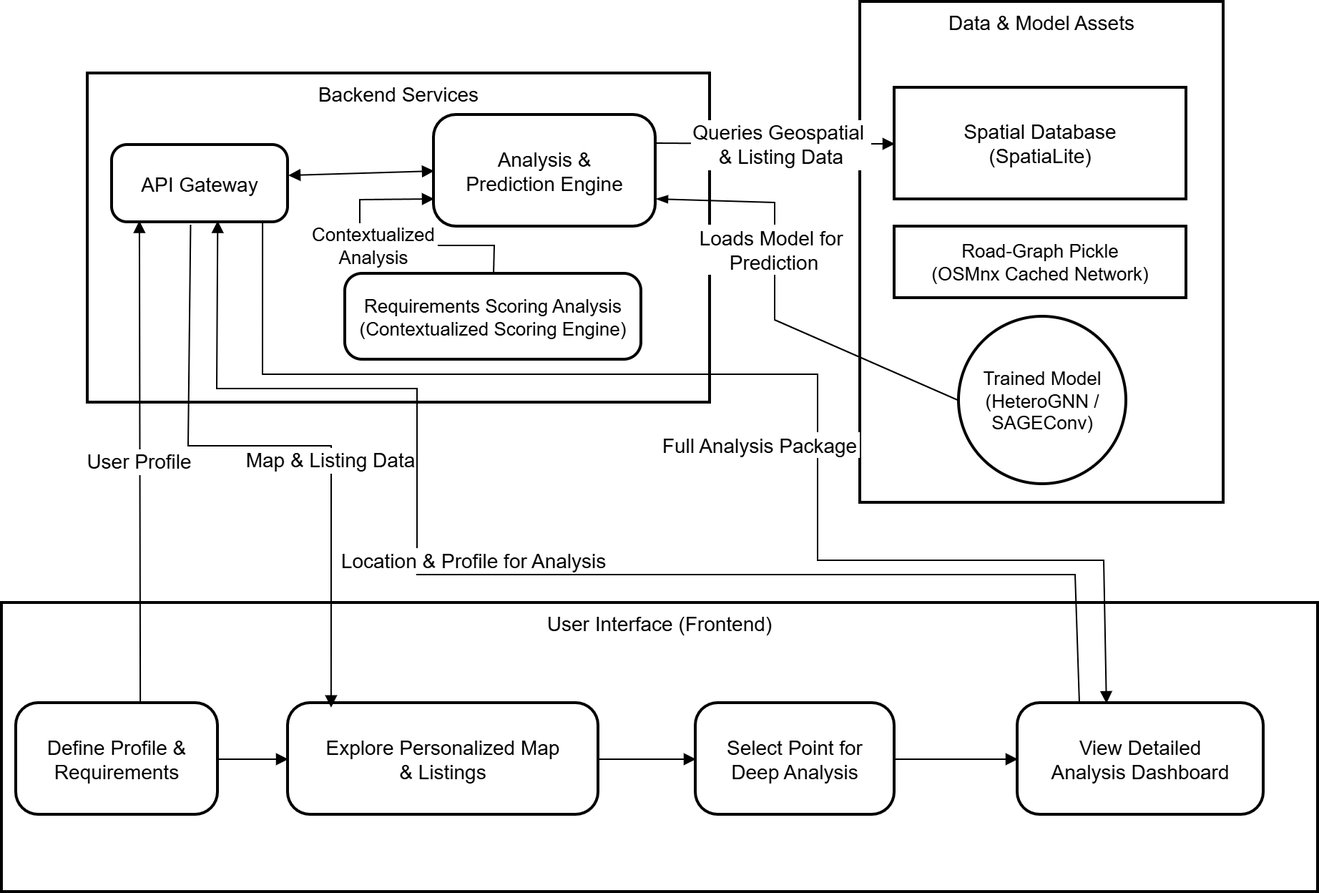
Before: img/BlockDiagram.png, a diagram exported from draw.io (Sujalcha7/SiteX_Doc). Source tidied: cells renumbered, new cells last; positions are measured from the earlier drawing's top-left corner, leaving out a move shared by most shapes.
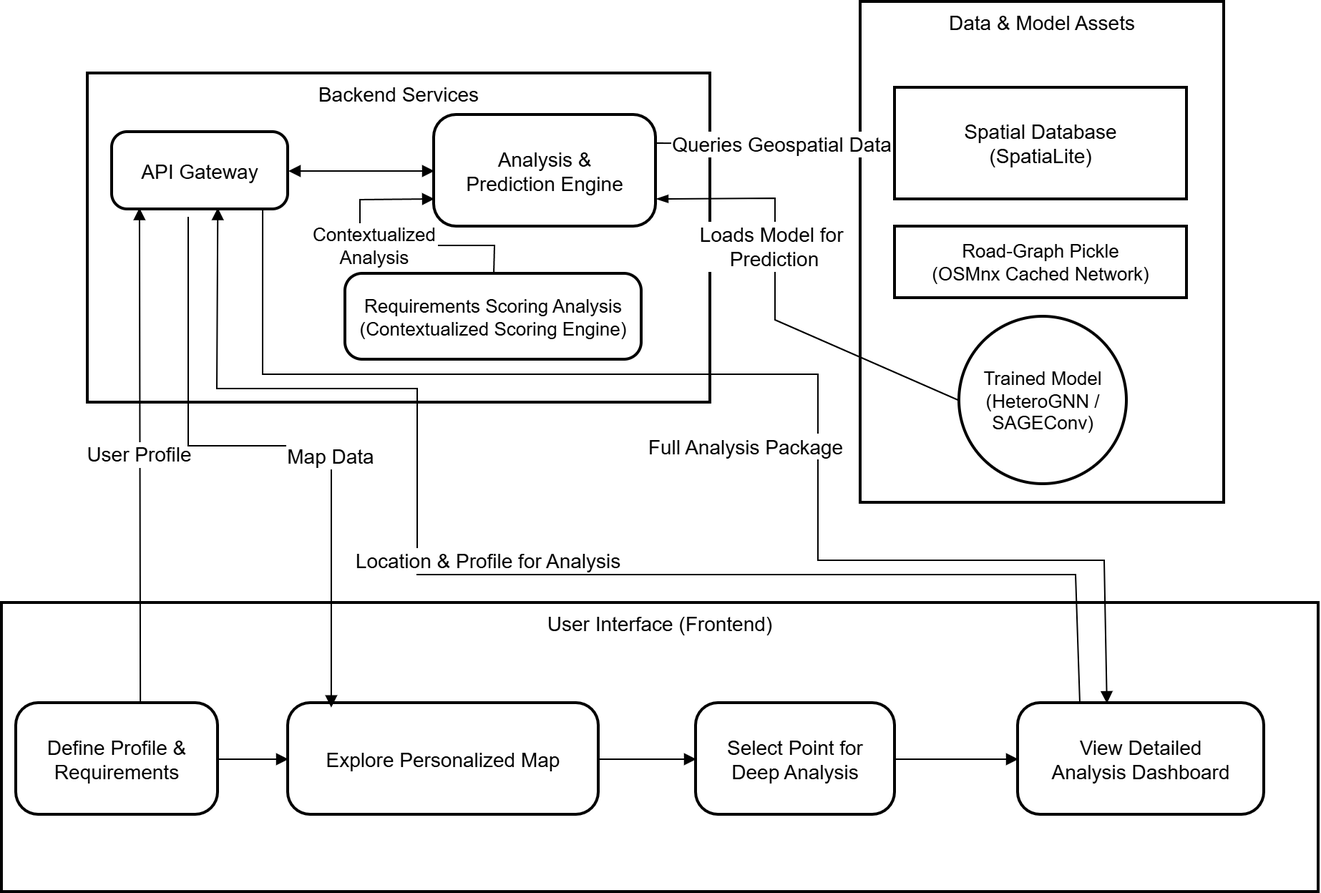
Above is the later version.

The edit, as a diff of the source:
```diff
@@ -11,7 +11,7 @@
     <mxCell id="4" value="User Interface (Frontend)" style="whiteSpace=wrap;strokeWidth=2;verticalAlign=top;fontSize=14;" parent="1" vertex="1">
       <mxGeometry y="420" width="920" height="202" as="geometry" />
     </mxCell>
-    <mxCell id="5" value="Explore Personalized Map&#10;&amp; Listings" style="rounded=1;arcSize=20;strokeWidth=2;fontSize=14;" parent="1" vertex="1">
+    <mxCell id="5" value="Explore Personalized Map" style="rounded=1;arcSize=20;strokeWidth=2;fontSize=14;" parent="1" vertex="1">
       <mxGeometry x="200" y="490" width="217" height="78" as="geometry" />
     </mxCell>
     <mxCell id="6" value="Define Profile &amp;&#10;Requirements" style="rounded=1;arcSize=20;strokeWidth=2;fontSize=14;" parent="1" vertex="1">
@@ -24,7 +24,7 @@
       <mxGeometry x="302" y="79" width="155" height="78" as="geometry" />
     </mxCell>
     <mxCell id="9" value="API Gateway" style="rounded=1;arcSize=20;strokeWidth=2;fontSize=14;" parent="1" vertex="1">
-      <mxGeometry x="77" y="100" width="123" height="54" as="geometry" />
+      <mxGeometry x="77" y="91" width="123" height="54" as="geometry" />
     </mxCell>
     <mxCell id="10" value="Spatial Database&#10;(SpatiaLite)" style="whiteSpace=wrap;strokeWidth=2;fontSize=14;" parent="1" vertex="1">
       <mxGeometry x="624" y="60" width="204" height="78" as="geometry" />
@@ -44,14 +44,15 @@
     <mxCell id="15" style="curved=0;startArrow=none;endArrow=block;exitX=1;exitY=0.5;entryX=0;entryY=0.5;rounded=0;exitDx=0;exitDy=0;fontSize=14;" parent="1" edge="1" source="5" target="7">
       <mxGeometry relative="1" as="geometry" />
     </mxCell>
-    <mxCell id="16" style="curved=0;startArrow=block;endArrow=block;exitX=1;exitY=0.39;entryX=0;entryY=0.5;rounded=0;fontSize=14;" parent="1" edge="1" source="9" target="8">
+    <mxCell id="16" style="curved=0;startArrow=block;endArrow=block;exitX=1;exitY=0.5;entryX=0;entryY=0.5;rounded=0;fontSize=14;exitDx=0;exitDy=0;" parent="1" edge="1" source="9" target="8">
       <mxGeometry relative="1" as="geometry" />
     </mxCell>
     <mxCell id="17" value="User Profile" style="curved=0;startArrow=none;endArrow=block;entryX=0.154;entryY=0.977;rounded=0;exitX=0.614;exitY=-0.017;exitDx=0;exitDy=0;entryDx=0;entryDy=0;entryPerimeter=0;exitPerimeter=0;fontSize=14;" parent="1" edge="1" source="6" target="9">
       <mxGeometry relative="1" as="geometry" />
     </mxCell>
-    <mxCell id="18" value="Map &amp; Listing Data" style="curved=0;startArrow=none;endArrow=block;entryX=0.138;entryY=0.037;rounded=0;entryDx=0;entryDy=0;entryPerimeter=0;exitX=0.445;exitY=1.028;exitDx=0;exitDy=0;exitPerimeter=0;fontSize=14;" parent="1" edge="1" source="9" target="5">
+    <mxCell id="18" value="Map Data" style="curved=0;startArrow=none;endArrow=block;entryX=0.138;entryY=0.037;rounded=0;entryDx=0;entryDy=0;entryPerimeter=0;fontSize=14;" parent="1" edge="1" target="5">
       <mxGeometry x="0.21" relative="1" as="geometry">
+        <mxPoint x="130" y="150" as="sourcePoint" />
         <Array as="points">
           <mxPoint x="130" y="310" />
           <mxPoint x="230" y="310" />
@@ -59,7 +60,7 @@
       </mxGeometry>
     </mxCell>
     <mxCell id="19" value="Full Analysis Package" style="curved=0;startArrow=none;endArrow=block;exitX=0.854;exitY=1.009;entryX=0.36;entryY=0;rounded=0;exitDx=0;exitDy=0;exitPerimeter=0;fontSize=14;" parent="1" edge="1" source="9" target="23">
-      <mxGeometry x="0.18" y="-40" relative="1" as="geometry">
+      <mxGeometry x="0.18" y="-50" relative="1" as="geometry">
         <Array as="points">
           <mxPoint x="182" y="260" />
           <mxPoint x="570" y="260" />
@@ -68,7 +69,7 @@
         </Array>
       </mxGeometry>
     </mxCell>
-    <mxCell id="20" value="Queries Geospatial &#10;&amp; Listing Data" style="curved=0;startArrow=none;endArrow=block;exitX=1;exitY=0.25;entryX=0;entryY=0.5;rounded=0;exitDx=0;exitDy=0;fontSize=14;" parent="1" edge="1" source="8" target="10">
+    <mxCell id="20" value="Queries Geospatial Data" style="curved=0;startArrow=none;endArrow=block;exitX=1;exitY=0.25;entryX=0;entryY=0.5;rounded=0;exitDx=0;exitDy=0;fontSize=14;" parent="1" edge="1" source="8" target="10">
       <mxGeometry x="0.06" relative="1" as="geometry">
         <Array as="points">
           <mxPoint x="540" y="99" />
@@ -78,7 +79,7 @@
     <mxCell id="21" value="Loads Model for &#10;Prediction" style="curved=0;startArrow=blockThin;endArrow=none;exitX=1;exitY=0.75;entryX=0;entryY=0.5;rounded=0;exitDx=0;exitDy=0;fontSize=14;startFill=1;endFill=0;" parent="1" edge="1" source="8" target="12">
       <mxGeometry x="-0.24" relative="1" as="geometry">
         <Array as="points">
-          <mxPoint x="540" y="140" />
+          <mxPoint x="540" y="137" />
           <mxPoint x="540" y="222" />
         </Array>
       </mxGeometry>
@@ -99,7 +100,7 @@
       </mxGeometry>
     </mxCell>
     <mxCell id="25" value="Location &amp; Profile for Analysis" style="curved=0;startArrow=none;endArrow=block;exitX=0.25;exitY=0;entryX=0.599;entryY=0.977;rounded=0;exitDx=0;exitDy=0;entryDx=0;entryDy=0;entryPerimeter=0;fontSize=14;" parent="1" edge="1" source="23" target="9">
-      <mxGeometry x="0.09" y="-10" relative="1" as="geometry">
+      <mxGeometry x="0.06" y="-10" relative="1" as="geometry">
         <Array as="points">
           <mxPoint x="750" y="400" />
           <mxPoint x="290" y="400" />
```
